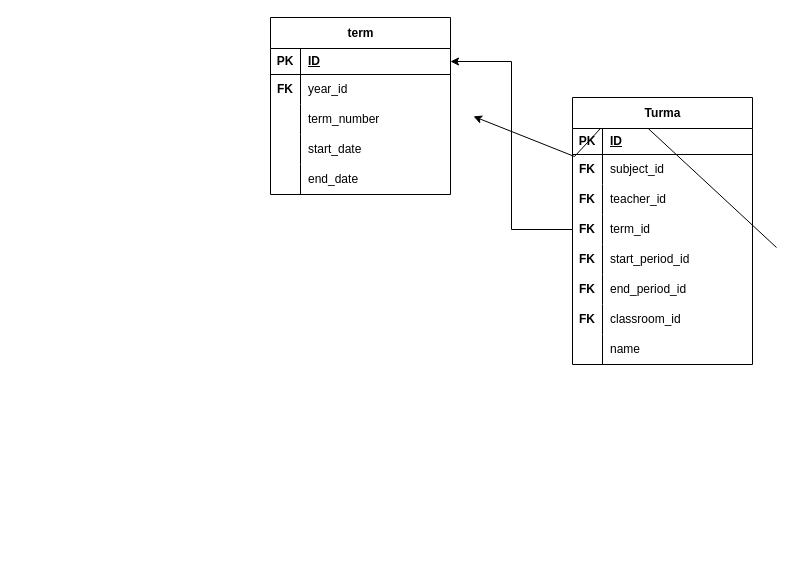
This is page "Modelo de Dados Gestão Escolar" (3 of 3) of moz_school.drawio from ManuelCarreiras/moz_sch, a draw.io file, before an edit. Source tidied: cells renumbered, new cells numbered last; positions are measured from the earlier drawing's top-left corner, leaving out a move shared by most shapes. Both pictures are drawn from the tidied source at 100%, with x=0, y=0 at pixel (270, 17).
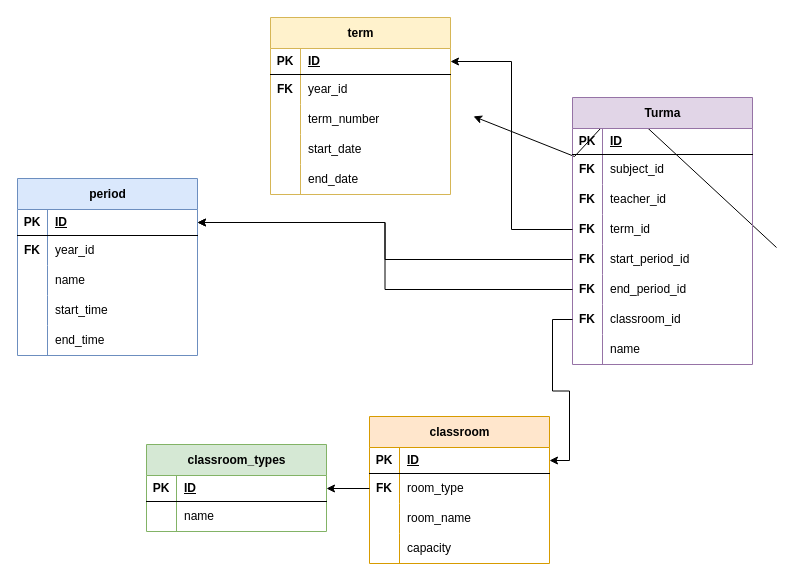
The same diagram, later.

Unchanged cells that the change refers to:
```xml
<mxCell id="18" style="shape=tableRow;horizontal=0;startSize=0;swimlaneHead=0;swimlaneBody=0;fillColor=none;points=[[0,0.5],[1,0.5]];portConstraint=eastwest;top=0;left=0;right=0;bottom=0;" parent="5" vertex="1">
  <mxGeometry y="147" width="180" height="30" as="geometry" />
</mxCell>
<mxCell id="21" style="shape=tableRow;horizontal=0;startSize=0;swimlaneHead=0;swimlaneBody=0;fillColor=none;points=[[0,0.5],[1,0.5]];portConstraint=eastwest;top=0;left=0;right=0;bottom=0;" parent="5" vertex="1">
  <mxGeometry y="177" width="180" height="30" as="geometry" />
</mxCell>
<mxCell id="24" style="shape=tableRow;horizontal=0;startSize=0;swimlaneHead=0;swimlaneBody=0;fillColor=none;points=[[0,0.5],[1,0.5]];portConstraint=eastwest;top=0;left=0;right=0;bottom=0;" parent="5" vertex="1">
  <mxGeometry y="207" width="180" height="30" as="geometry" />
</mxCell>
```

Diff of the diagram source:
```diff
@@
-    <mxCell id="5" value="Turma" style="shape=table;startSize=31;childLayout=tableLayout;rowLines=0;fontStyle=1;align=center;html=1;" parent="1" vertex="1">
+    <mxCell id="5" value="Turma" style="shape=table;startSize=31;childLayout=tableLayout;rowLines=0;fontStyle=1;align=center;html=1;fillColor=#e1d5e7;strokeColor=#9673a6;" parent="1" vertex="1">
       <mxGeometry x="302" y="80" width="180" height="267" as="geometry" />
     </mxCell>
@@
-    <mxCell id="30" value="term" style="shape=table;startSize=31;childLayout=tableLayout;rowLines=0;fontStyle=1;align=center;html=1;" parent="1" vertex="1">
+    <mxCell id="30" value="term" style="shape=table;startSize=31;childLayout=tableLayout;rowLines=0;fontStyle=1;align=center;html=1;fillColor=#fff2cc;strokeColor=#d6b656;" parent="1" vertex="1">
       <mxGeometry width="180" height="177" as="geometry" />
     </mxCell>
@@
+    <mxCell id="47" value="classroom_types" style="shape=table;startSize=31;childLayout=tableLayout;rowLines=0;fontStyle=1;align=center;html=1;fillColor=#d5e8d4;strokeColor=#82b366;" parent="1" vertex="1">
+      <mxGeometry x="-124" y="427" width="180" height="87" as="geometry" />
+    </mxCell>
+    <mxCell id="48" style="shape=tableRow;horizontal=0;startSize=0;swimlaneHead=0;swimlaneBody=0;fillColor=none;points=[[0,0.5],[1,0.5]];portConstraint=eastwest;top=0;left=0;right=0;bottom=1;" parent="47" vertex="1">
+      <mxGeometry y="31" width="180" height="26" as="geometry" />
+    </mxCell>
+    <mxCell id="49" value="PK" style="shape=partialRectangle;fillColor=none;top=0;left=0;bottom=0;right=0;fontStyle=1;overflow=hidden;whiteSpace=wrap;html=1;" parent="48" vertex="1">
+      <mxGeometry width="30" height="26" as="geometry" />
+    </mxCell>
+    <mxCell id="50" value="ID" style="shape=partialRectangle;fillColor=none;top=0;left=0;bottom=0;right=0;align=left;spacingLeft=6;fontStyle=5;overflow=hidden;whiteSpace=wrap;html=1;" parent="48" vertex="1">
+      <mxGeometry x="30" width="150" height="26" as="geometry" />
+    </mxCell>
+    <mxCell id="51" style="shape=tableRow;horizontal=0;startSize=0;swimlaneHead=0;swimlaneBody=0;fillColor=none;top=0;left=0;right=0;bottom=0;" parent="47" vertex="1">
+      <mxGeometry y="57" width="180" height="30" as="geometry" />
+    </mxCell>
+    <mxCell id="52" value="&lt;span style=&quot;white-space: pre;&quot;&gt;&#9;&lt;/span&gt;&lt;span style=&quot;white-space: pre;&quot;&gt;&#9;&lt;/span&gt;" style="shape=partialRectangle;fillColor=none;top=0;left=0;bottom=0;right=0;overflow=hidden;whiteSpace=wrap;html=1;" parent="51" vertex="1">
+      <mxGeometry width="30" height="30" as="geometry" />
+    </mxCell>
+    <mxCell id="53" value="name" style="shape=partialRectangle;fillColor=none;top=0;left=0;bottom=0;right=0;align=left;spacingLeft=6;overflow=hidden;whiteSpace=wrap;html=1;" parent="51" vertex="1">
+      <mxGeometry x="30" width="150" height="30" as="geometry" />
+    </mxCell>
+    <mxCell id="54" value="classroom" style="shape=table;startSize=31;childLayout=tableLayout;rowLines=0;fontStyle=1;align=center;html=1;fillColor=#ffe6cc;strokeColor=#d79b00;" parent="1" vertex="1">
+      <mxGeometry x="99" y="399" width="180" height="147" as="geometry" />
+    </mxCell>
+    <mxCell id="55" style="shape=tableRow;horizontal=0;startSize=0;swimlaneHead=0;swimlaneBody=0;fillColor=none;points=[[0,0.5],[1,0.5]];portConstraint=eastwest;top=0;left=0;right=0;bottom=1;" parent="54" vertex="1">
+      <mxGeometry y="31" width="180" height="26" as="geometry" />
+    </mxCell>
+    <mxCell id="56" value="PK" style="shape=partialRectangle;fillColor=none;top=0;left=0;bottom=0;right=0;fontStyle=1;overflow=hidden;whiteSpace=wrap;html=1;" parent="55" vertex="1">
+      <mxGeometry width="30" height="26" as="geometry" />
+    </mxCell>
+    <mxCell id="57" value="ID" style="shape=partialRectangle;fillColor=none;top=0;left=0;bottom=0;right=0;align=left;spacingLeft=6;fontStyle=5;overflow=hidden;whiteSpace=wrap;html=1;" parent="55" vertex="1">
+      <mxGeometry x="30" width="150" height="26" as="geometry" />
+    </mxCell>
+    <mxCell id="58" style="shape=tableRow;horizontal=0;startSize=0;swimlaneHead=0;swimlaneBody=0;fillColor=none;points=[[0,0.5],[1,0.5]];portConstraint=eastwest;top=0;left=0;right=0;bottom=0;" parent="54" vertex="1">
+      <mxGeometry y="57" width="180" height="30" as="geometry" />
+    </mxCell>
+    <mxCell id="59" value="&lt;b&gt;FK&lt;/b&gt;" style="shape=partialRectangle;fillColor=none;top=0;left=0;bottom=0;right=0;overflow=hidden;whiteSpace=wrap;html=1;" parent="58" vertex="1">
+      <mxGeometry width="30" height="30" as="geometry" />
+    </mxCell>
+    <mxCell id="60" value="room_type" style="shape=partialRectangle;fillColor=none;top=0;left=0;bottom=0;right=0;align=left;spacingLeft=6;overflow=hidden;whiteSpace=wrap;html=1;" parent="58" vertex="1">
+      <mxGeometry x="30" width="150" height="30" as="geometry" />
+    </mxCell>
+    <mxCell id="61" style="shape=tableRow;horizontal=0;startSize=0;swimlaneHead=0;swimlaneBody=0;fillColor=none;top=0;left=0;right=0;bottom=0;" parent="54" vertex="1">
+      <mxGeometry y="87" width="180" height="30" as="geometry" />
+    </mxCell>
+    <mxCell id="62" style="shape=partialRectangle;fillColor=none;top=0;left=0;bottom=0;right=0;overflow=hidden;whiteSpace=wrap;html=1;" parent="61" vertex="1">
+      <mxGeometry width="30" height="30" as="geometry" />
+    </mxCell>
+    <mxCell id="63" value="room_name" style="shape=partialRectangle;fillColor=none;top=0;left=0;bottom=0;right=0;align=left;spacingLeft=6;overflow=hidden;whiteSpace=wrap;html=1;" parent="61" vertex="1">
+      <mxGeometry x="30" width="150" height="30" as="geometry" />
+    </mxCell>
+    <mxCell id="64" style="shape=tableRow;horizontal=0;startSize=0;swimlaneHead=0;swimlaneBody=0;fillColor=none;top=0;left=0;right=0;bottom=0;" parent="54" vertex="1">
+      <mxGeometry y="117" width="180" height="30" as="geometry" />
+    </mxCell>
+    <mxCell id="65" style="shape=partialRectangle;fillColor=none;top=0;left=0;bottom=0;right=0;overflow=hidden;whiteSpace=wrap;html=1;" parent="64" vertex="1">
+      <mxGeometry width="30" height="30" as="geometry" />
+    </mxCell>
+    <mxCell id="66" value="capacity" style="shape=partialRectangle;fillColor=none;top=0;left=0;bottom=0;right=0;align=left;spacingLeft=6;overflow=hidden;whiteSpace=wrap;html=1;" parent="64" vertex="1">
+      <mxGeometry x="30" width="150" height="30" as="geometry" />
+    </mxCell>
+    <mxCell id="67" style="edgeStyle=orthogonalEdgeStyle;rounded=0;jettySize=auto;html=1;" parent="1" edge="1" source="24" target="55">
+      <mxGeometry relative="1" as="geometry" />
+    </mxCell>
+    <mxCell id="68" style="edgeStyle=orthogonalEdgeStyle;rounded=0;jettySize=auto;html=1;exitX=0;exitY=0.5;exitDx=0;exitDy=0;entryX=1;entryY=0.5;entryDx=0;entryDy=0;" parent="1" edge="1" source="58" target="48">
+      <mxGeometry relative="1" as="geometry" />
+    </mxCell>
+    <mxCell id="69" value="period" style="shape=table;startSize=31;childLayout=tableLayout;rowLines=0;fontStyle=1;align=center;html=1;fillColor=#dae8fc;strokeColor=#6c8ebf;" parent="1" vertex="1">
+      <mxGeometry x="-253" y="161" width="180" height="177" as="geometry" />
+    </mxCell>
+    <mxCell id="70" style="shape=tableRow;horizontal=0;startSize=0;swimlaneHead=0;swimlaneBody=0;fillColor=none;points=[[0,0.5],[1,0.5]];portConstraint=eastwest;top=0;left=0;right=0;bottom=1;" parent="69" vertex="1">
+      <mxGeometry y="31" width="180" height="26" as="geometry" />
+    </mxCell>
+    <mxCell id="71" value="PK" style="shape=partialRectangle;fillColor=none;top=0;left=0;bottom=0;right=0;fontStyle=1;overflow=hidden;whiteSpace=wrap;html=1;" parent="70" vertex="1">
+      <mxGeometry width="30" height="26" as="geometry" />
+    </mxCell>
+    <mxCell id="72" value="ID" style="shape=partialRectangle;fillColor=none;top=0;left=0;bottom=0;right=0;align=left;spacingLeft=6;fontStyle=5;overflow=hidden;whiteSpace=wrap;html=1;" parent="70" vertex="1">
+      <mxGeometry x="30" width="150" height="26" as="geometry" />
+    </mxCell>
+    <mxCell id="73" style="shape=tableRow;horizontal=0;startSize=0;swimlaneHead=0;swimlaneBody=0;fillColor=none;top=0;left=0;right=0;bottom=0;" parent="69" vertex="1">
+      <mxGeometry y="57" width="180" height="30" as="geometry" />
+    </mxCell>
+    <mxCell id="74" value="&lt;b&gt;FK&lt;/b&gt;" style="shape=partialRectangle;fillColor=none;top=0;left=0;bottom=0;right=0;overflow=hidden;whiteSpace=wrap;html=1;" parent="73" vertex="1">
+      <mxGeometry width="30" height="30" as="geometry" />
+    </mxCell>
+    <mxCell id="75" value="year_id" style="shape=partialRectangle;fillColor=none;top=0;left=0;bottom=0;right=0;align=left;spacingLeft=6;overflow=hidden;whiteSpace=wrap;html=1;" parent="73" vertex="1">
+      <mxGeometry x="30" width="150" height="30" as="geometry" />
+    </mxCell>
+    <mxCell id="76" style="shape=tableRow;horizontal=0;startSize=0;swimlaneHead=0;swimlaneBody=0;fillColor=none;top=0;left=0;right=0;bottom=0;" parent="69" vertex="1">
+      <mxGeometry y="87" width="180" height="30" as="geometry" />
+    </mxCell>
+    <mxCell id="77" style="shape=partialRectangle;fillColor=none;top=0;left=0;bottom=0;right=0;overflow=hidden;whiteSpace=wrap;html=1;" parent="76" vertex="1">
+      <mxGeometry width="30" height="30" as="geometry" />
+    </mxCell>
+    <mxCell id="78" value="name" style="shape=partialRectangle;fillColor=none;top=0;left=0;bottom=0;right=0;align=left;spacingLeft=6;overflow=hidden;whiteSpace=wrap;html=1;" parent="76" vertex="1">
+      <mxGeometry x="30" width="150" height="30" as="geometry" />
+    </mxCell>
+    <mxCell id="79" style="shape=tableRow;horizontal=0;startSize=0;swimlaneHead=0;swimlaneBody=0;fillColor=none;top=0;left=0;right=0;bottom=0;" parent="69" vertex="1">
+      <mxGeometry y="117" width="180" height="30" as="geometry" />
+    </mxCell>
+    <mxCell id="80" style="shape=partialRectangle;fillColor=none;top=0;left=0;bottom=0;right=0;overflow=hidden;whiteSpace=wrap;html=1;" parent="79" vertex="1">
+      <mxGeometry width="30" height="30" as="geometry" />
+    </mxCell>
+    <mxCell id="81" value="start_time" style="shape=partialRectangle;fillColor=none;top=0;left=0;bottom=0;right=0;align=left;spacingLeft=6;overflow=hidden;whiteSpace=wrap;html=1;" parent="79" vertex="1">
+      <mxGeometry x="30" width="150" height="30" as="geometry" />
+    </mxCell>
+    <mxCell id="82" style="shape=tableRow;horizontal=0;startSize=0;swimlaneHead=0;swimlaneBody=0;fillColor=none;top=0;left=0;right=0;bottom=0;" parent="69" vertex="1">
+      <mxGeometry y="147" width="180" height="30" as="geometry" />
+    </mxCell>
+    <mxCell id="83" style="shape=partialRectangle;fillColor=none;top=0;left=0;bottom=0;right=0;overflow=hidden;whiteSpace=wrap;html=1;" parent="82" vertex="1">
+      <mxGeometry width="30" height="30" as="geometry" />
+    </mxCell>
+    <mxCell id="84" value="end_time" style="shape=partialRectangle;fillColor=none;top=0;left=0;bottom=0;right=0;align=left;spacingLeft=6;overflow=hidden;whiteSpace=wrap;html=1;" parent="82" vertex="1">
+      <mxGeometry x="30" width="150" height="30" as="geometry" />
+    </mxCell>
+    <mxCell id="85" style="edgeStyle=orthogonalEdgeStyle;rounded=0;jettySize=auto;html=1;entryX=1;entryY=0.5;entryDx=0;entryDy=0;" parent="1" edge="1" source="18" target="70">
+      <mxGeometry relative="1" as="geometry" />
+    </mxCell>
+    <mxCell id="86" style="edgeStyle=orthogonalEdgeStyle;rounded=0;jettySize=auto;html=1;entryX=1;entryY=0.5;entryDx=0;entryDy=0;" parent="1" edge="1" source="21" target="70">
+      <mxGeometry relative="1" as="geometry" />
+    </mxCell>
```
